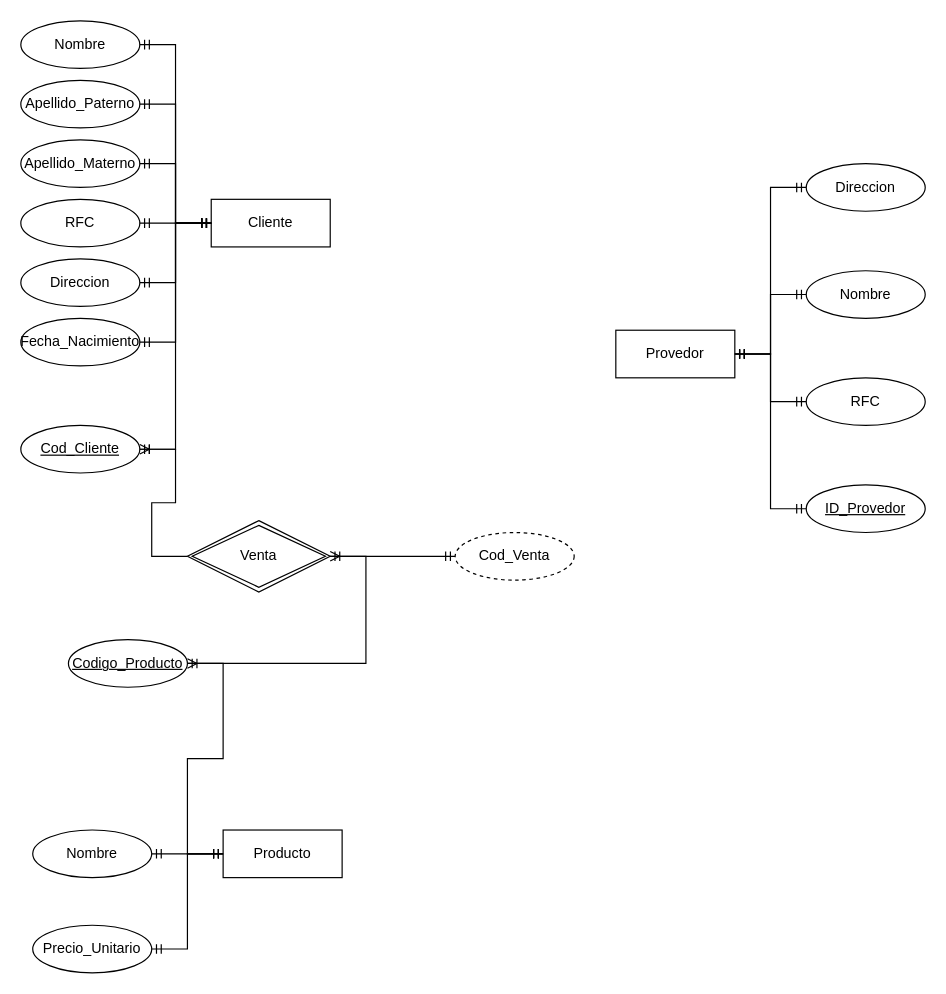
PabloKooss/Tercer_Modulo keeps this draw.io diagram as 1_Ejercicio.drawio. Above is the earlier version. Source tidied: cells renumbered, new cells numbered last; positions are measured from the earlier drawing's top-left corner, leaving out a move shared by most shapes. Both pictures are drawn from the tidied source at 119%, with x=0, y=0 at pixel (20, 20).
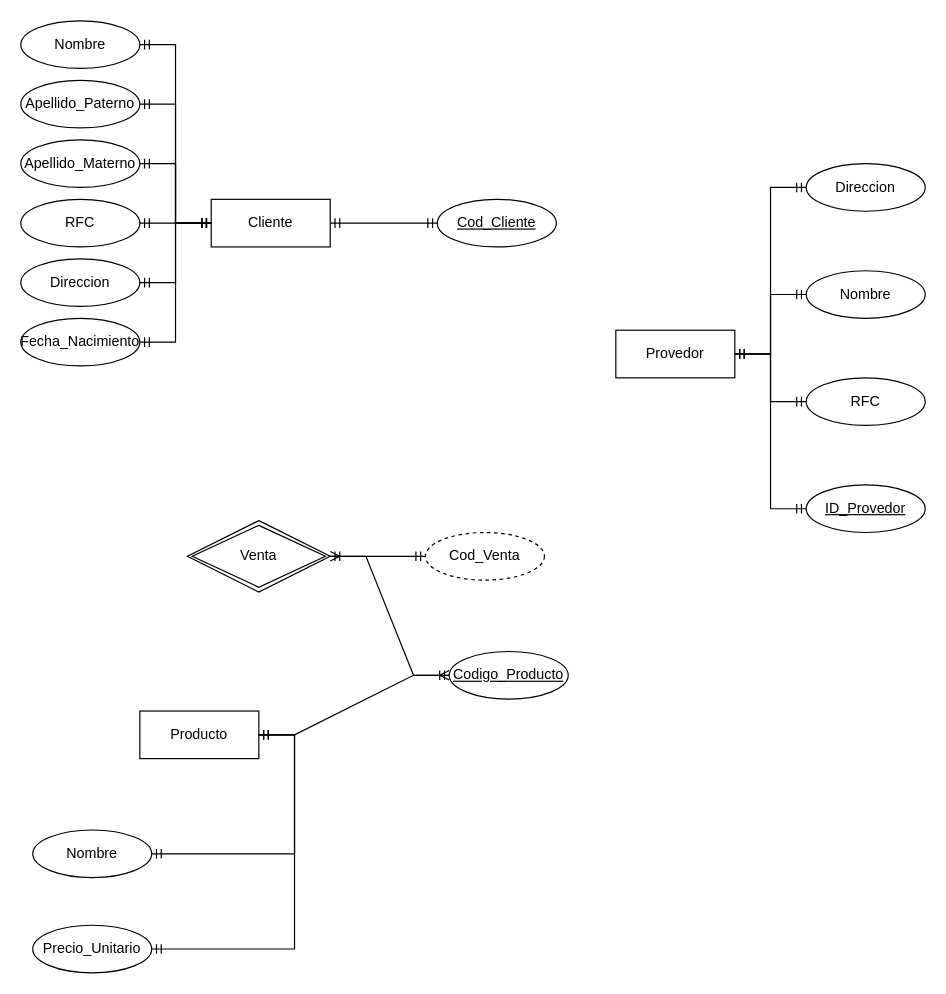
Above is the later version.

The change refers to these unchanged cells:
```xml
<mxCell id="35" value="&lt;div&gt;Venta&lt;/div&gt;" style="shape=rhombus;double=1;perimeter=rhombusPerimeter;whiteSpace=wrap;html=1;align=center;" parent="1" vertex="1">
  <mxGeometry x="140" y="420" width="120" height="60" as="geometry" />
</mxCell>
```

Diff of the diagram source:
```diff
@@
     <mxCell id="4" value="Producto" style="whiteSpace=wrap;html=1;align=center;" parent="1" vertex="1">
-      <mxGeometry x="170" y="680" width="100" height="40" as="geometry" />
+      <mxGeometry x="100" y="580" width="100" height="40" as="geometry" />
     </mxCell>
@@
     <mxCell id="6" value="Cod_Cliente" style="ellipse;whiteSpace=wrap;html=1;align=center;fontStyle=4;" parent="1" vertex="1">
-      <mxGeometry y="340" width="100" height="40" as="geometry" />
+      <mxGeometry x="350" y="150" width="100" height="40" as="geometry" />
     </mxCell>
@@
     <mxCell id="19" value="&lt;div&gt;Codigo_Producto&lt;/div&gt;" style="ellipse;whiteSpace=wrap;html=1;align=center;fontStyle=4;" parent="1" vertex="1">
-      <mxGeometry x="40" y="520" width="100" height="40" as="geometry" />
+      <mxGeometry x="360" y="530" width="100" height="40" as="geometry" />
     </mxCell>
@@
-    <mxCell id="33" style="edgeStyle=entityRelationEdgeStyle;fontSize=12;html=1;endArrow=ERoneToMany;rounded=0;" parent="1" edge="1" source="35" target="6">
-      <mxGeometry relative="1" as="geometry">
-        <Array as="points">
-          <mxPoint x="200" y="460" />
-          <mxPoint x="120" y="410" />
-          <mxPoint x="210" y="400" />
-        </Array>
-      </mxGeometry>
-    </mxCell>
@@
     <mxCell id="37" value="&lt;div&gt;Cod_Venta&lt;/div&gt;" style="ellipse;whiteSpace=wrap;html=1;align=center;dashed=1;" parent="1" vertex="1">
-      <mxGeometry x="365" y="430" width="100" height="40" as="geometry" />
+      <mxGeometry x="340" y="430" width="100" height="40" as="geometry" />
     </mxCell>
```
